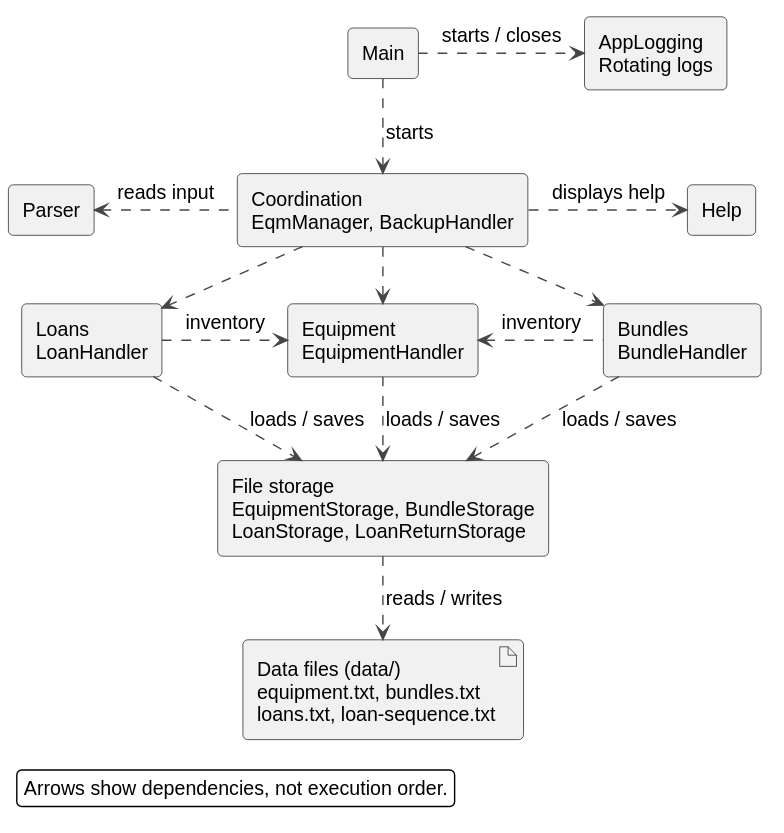
Before: docs/images/AppArchitecture.svg, a diagram exported from PlantUML (AY2627S1-CS2113-W13-1/tp).
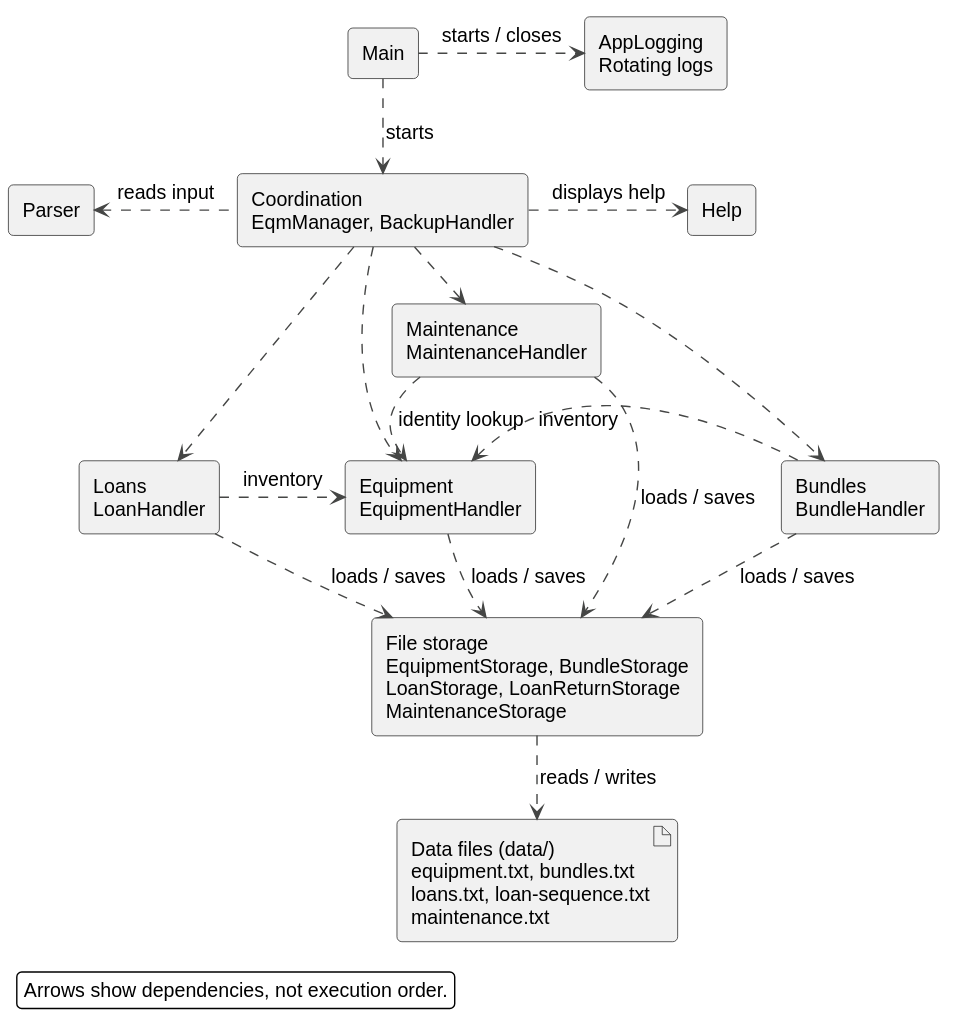
Later version of the same file.

Commit message:
docs: align developer guide structure and architecture

What changed in the source:
```diff
@@ -16,9 +16,10 @@
 component "Loans\nLoanHandler" as Loans
 component "Equipment\nEquipmentHandler" as Equipment
 component "Bundles\nBundleHandler" as Bundles
+component "Maintenance\nMaintenanceHandler" as Maintenance
 
-component "File storage\nEquipmentStorage, BundleStorage\nLoanStorage, LoanReturnStorage" as Storage
-artifact "Data files (data/)\nequipment.txt, bundles.txt\nloans.txt, loan-sequence.txt" as Files
+component "File storage\nEquipmentStorage, BundleStorage\nLoanStorage, LoanReturnStorage\nMaintenanceStorage" as Storage
+artifact "Data files (data/)\nequipment.txt, bundles.txt\nloans.txt, loan-sequence.txt\nmaintenance.txt" as Files
 
 Startup ..> Manager : starts
 Startup .right.> Logging : starts / closes
@@ -27,11 +28,14 @@
 Manager ..> Loans
 Manager ..> Equipment
 Manager ..> Bundles
+Manager ..> Maintenance
 Loans .right.> Equipment : inventory
 Bundles .left.> Equipment : inventory
+Maintenance ..> Equipment : identity lookup
 Equipment ..> Storage : loads / saves
 Loans ..> Storage : loads / saves
 Bundles ..> Storage : loads / saves
+Maintenance ..> Storage : loads / saves
 Storage ..> Files : reads / writes
 
 legend bottom left
```
